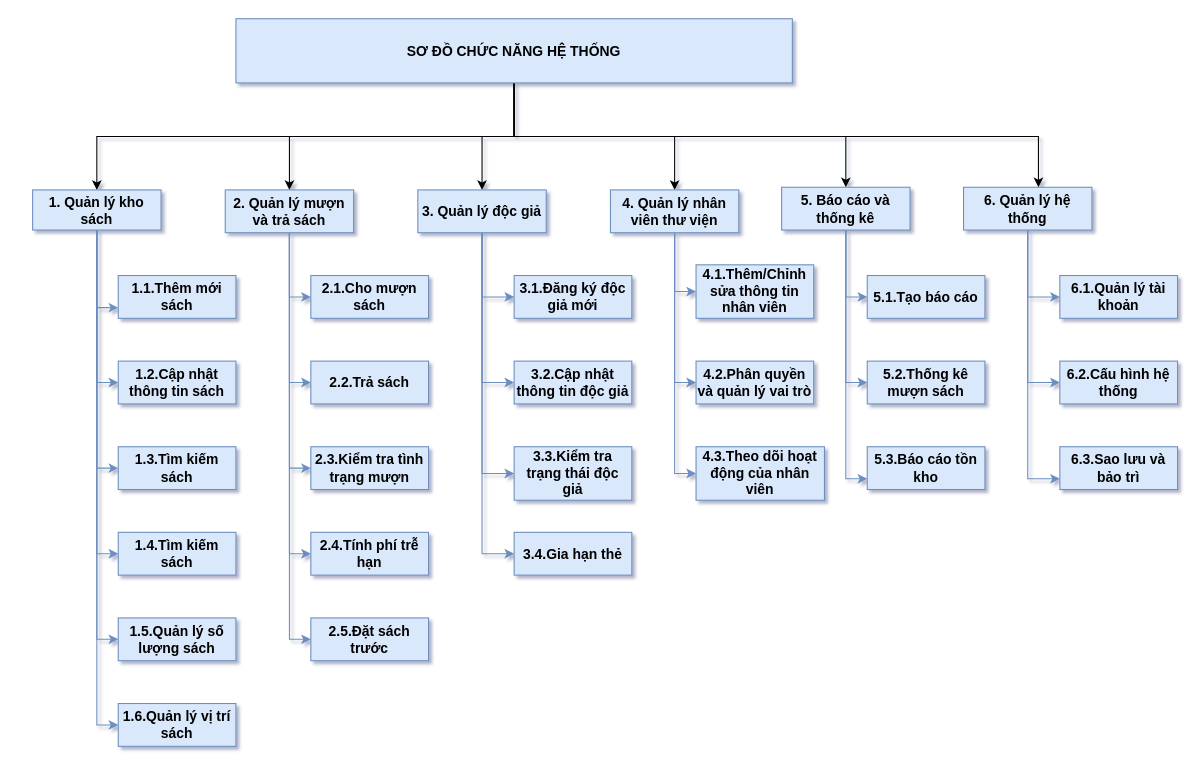
This is page "CHƯC NĂNG" (1 of 5) of Biểu đồ không có tiêu đề.drawio from trunghai04/game-python, a draw.io file, before an edit. Source tidied: cells renumbered, new cells numbered last; positions are measured from the earlier drawing's top-left corner, leaving out a move shared by most shapes. Both pictures are drawn from the tidied source at 107%, with x=0, y=0 at pixel (32, 18).
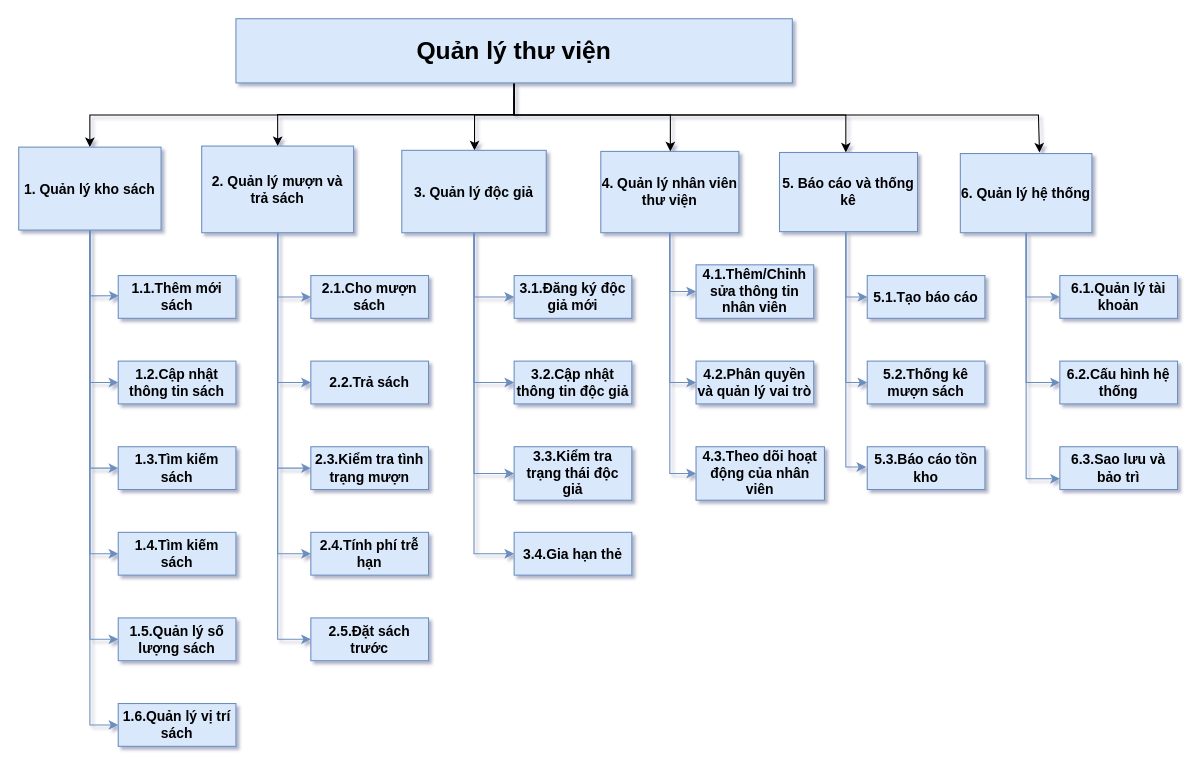
Above is the later version.

The change refers to these unchanged cells:
```xml
<mxCell id="39" value="1.1.Thêm mới sách" style="rounded=0;whiteSpace=wrap;html=1;fillColor=#dae8fc;strokeColor=#6c8ebf;fontStyle=1;fontSize=13;" parent="1" vertex="1">
  <mxGeometry x="80" y="240" width="110" height="40" as="geometry" />
</mxCell>
<mxCell id="57" value="5.1.Tạo báo cáo" style="rounded=0;whiteSpace=wrap;html=1;fillColor=#dae8fc;strokeColor=#6c8ebf;fontStyle=1;fontSize=13;" parent="1" vertex="1">
  <mxGeometry x="780" y="240" width="110" height="40" as="geometry" />
</mxCell>
<mxCell id="58" value="5.3.Báo cáo tồn kho" style="rounded=0;whiteSpace=wrap;html=1;fillColor=#dae8fc;strokeColor=#6c8ebf;fontStyle=1;fontSize=13;" parent="1" vertex="1">
  <mxGeometry x="780" y="400" width="110" height="40" as="geometry" />
</mxCell>
<mxCell id="59" value="5.2.Thống kê mượn sách" style="rounded=0;whiteSpace=wrap;html=1;fillColor=#dae8fc;strokeColor=#6c8ebf;fontStyle=1;fontSize=13;" parent="1" vertex="1">
  <mxGeometry x="780" y="320" width="110" height="40" as="geometry" />
</mxCell>
```

Change to the diagram source:
```diff
@@
     <mxCell id="3" style="edgeStyle=orthogonalEdgeStyle;rounded=0;jettySize=auto;html=1;exitX=0.5;exitY=1;exitDx=0;exitDy=0;fontSize=13;" parent="1" edge="1" source="8" target="26">
-      <mxGeometry relative="1" as="geometry" />
+      <mxGeometry relative="1" as="geometry">
+        <Array as="points">
+          <mxPoint x="450" y="90" />
+          <mxPoint x="413" y="90" />
+        </Array>
+      </mxGeometry>
     </mxCell>
     <mxCell id="4" style="edgeStyle=orthogonalEdgeStyle;rounded=0;jettySize=auto;html=1;fontSize=13;" parent="1" edge="1" source="8" target="30">
-      <mxGeometry relative="1" as="geometry" />
+      <mxGeometry relative="1" as="geometry">
+        <Array as="points">
+          <mxPoint x="450" y="90" />
+          <mxPoint x="596" y="90" />
+        </Array>
+      </mxGeometry>
     </mxCell>
@@
     <mxCell id="6" style="edgeStyle=orthogonalEdgeStyle;rounded=0;jettySize=auto;html=1;fontSize=13;" parent="1" edge="1" source="8" target="34">
       <mxGeometry relative="1" as="geometry">
         <Array as="points">
-          <mxPoint x="450" y="110" />
-          <mxPoint x="760" y="110" />
+          <mxPoint x="450" y="90" />
+          <mxPoint x="760" y="90" />
         </Array>
       </mxGeometry>
     </mxCell>
-    <mxCell id="7" style="edgeStyle=orthogonalEdgeStyle;rounded=0;jettySize=auto;html=1;fontSize=13;" parent="1" edge="1" target="38">
+    <mxCell id="7" style="edgeStyle=orthogonalEdgeStyle;rounded=0;orthogonalLoop=1;jettySize=auto;html=1;fontSize=13;" parent="1" edge="1">
       <mxGeometry relative="1" as="geometry">
-        <mxPoint x="454.5" y="110" as="sourcePoint" />
+        <mxPoint x="450" y="73" as="sourcePoint" />
+        <mxPoint x="941" y="125" as="targetPoint" />
         <Array as="points">
-          <mxPoint x="940" y="110" />
+          <mxPoint x="450" y="90" />
+          <mxPoint x="940" y="90" />
         </Array>
       </mxGeometry>
     </mxCell>
-    <mxCell id="8" value="&lt;b style=&quot;font-size: 13px;&quot;&gt;&lt;font style=&quot;font-size: 13px;&quot;&gt;SƠ ĐỒ CHỨC NĂNG HỆ THỐNG&lt;/font&gt;&lt;/b&gt;" style="rounded=0;whiteSpace=wrap;html=1;fillColor=#dae8fc;strokeColor=#6c8ebf;fontSize=13;" parent="1" vertex="1">
+    <mxCell id="8" value="&lt;b style=&quot;font-size: 23px;&quot;&gt;Quản lý thư viện&lt;/b&gt;" style="rounded=0;whiteSpace=wrap;html=1;fillColor=#dae8fc;strokeColor=#6c8ebf;fontSize=23;" parent="1" vertex="1">
       <mxGeometry x="190" width="520" height="60" as="geometry" />
     </mxCell>
@@
-    <mxCell id="10" style="edgeStyle=orthogonalEdgeStyle;rounded=0;jettySize=auto;html=1;entryX=0;entryY=0.75;entryDx=0;entryDy=0;fillColor=#dae8fc;strokeColor=#6c8ebf;fontSize=13;" parent="1" edge="1" source="15" target="39">
-      <mxGeometry relative="1" as="geometry" />
+    <mxCell id="10" style="edgeStyle=orthogonalEdgeStyle;rounded=0;jettySize=auto;html=1;entryX=0.004;entryY=0.474;entryDx=0;entryDy=0;fillColor=#dae8fc;strokeColor=#6c8ebf;fontSize=13;entryPerimeter=0;" parent="1" edge="1" source="15" target="39">
+      <mxGeometry relative="1" as="geometry">
+        <Array as="points">
+          <mxPoint x="53" y="259" />
+          <mxPoint x="80" y="259" />
+        </Array>
+      </mxGeometry>
     </mxCell>
@@
     <mxCell id="15" value="&lt;h3 style=&quot;font-size: 13px;&quot;&gt;&lt;font style=&quot;font-size: 13px;&quot;&gt;1. &lt;strong style=&quot;font-size: 13px;&quot;&gt;Quản lý kho sách&lt;/strong&gt;&lt;/font&gt;&lt;/h3&gt;" style="rounded=0;whiteSpace=wrap;html=1;fillColor=#dae8fc;strokeColor=#6c8ebf;fontSize=13;" parent="1" vertex="1">
-      <mxGeometry y="160" width="120" height="37.5" as="geometry" />
+      <mxGeometry x="-13" y="120" width="133" height="77.5" as="geometry" />
     </mxCell>
@@
     <mxCell id="21" value="&lt;h3 style=&quot;font-size: 13px;&quot;&gt;2. &lt;strong style=&quot;font-size: 13px;&quot;&gt;Quản lý mượn và trả sách&lt;/strong&gt;&lt;/h3&gt;" style="rounded=0;whiteSpace=wrap;html=1;fillColor=#dae8fc;strokeColor=#6c8ebf;fontSize=13;" parent="1" vertex="1">
-      <mxGeometry x="180" y="160" width="120" height="40" as="geometry" />
+      <mxGeometry x="158" y="119" width="142" height="81" as="geometry" />
     </mxCell>
@@
     <mxCell id="26" value="&lt;h3 style=&quot;font-size: 13px;&quot;&gt;3. &lt;strong style=&quot;font-size: 13px;&quot;&gt;Quản lý độc giả&lt;/strong&gt;&lt;/h3&gt;" style="rounded=0;whiteSpace=wrap;html=1;fillColor=#dae8fc;strokeColor=#6c8ebf;fontSize=13;" parent="1" vertex="1">
-      <mxGeometry x="360" y="160" width="120" height="40" as="geometry" />
+      <mxGeometry x="345" y="123" width="135" height="77" as="geometry" />
     </mxCell>
@@
     <mxCell id="30" value="&lt;h3 style=&quot;font-size: 13px;&quot;&gt;4. &lt;strong style=&quot;font-size: 13px;&quot;&gt;Quản lý nhân viên thư viện&lt;/strong&gt;&lt;/h3&gt;" style="rounded=0;whiteSpace=wrap;html=1;fillColor=#dae8fc;strokeColor=#6c8ebf;fontSize=13;" parent="1" vertex="1">
-      <mxGeometry x="540" y="160" width="120" height="40" as="geometry" />
+      <mxGeometry x="531" y="124" width="129" height="76" as="geometry" />
     </mxCell>
-    <mxCell id="31" style="edgeStyle=orthogonalEdgeStyle;rounded=0;jettySize=auto;html=1;entryX=0;entryY=0.75;entryDx=0;entryDy=0;fillColor=#dae8fc;strokeColor=#6c8ebf;fontSize=13;" parent="1" edge="1" source="34" target="58">
-      <mxGeometry relative="1" as="geometry" />
+    <mxCell id="31" style="edgeStyle=orthogonalEdgeStyle;rounded=0;orthogonalLoop=1;jettySize=auto;html=1;fillColor=#dae8fc;strokeColor=#6c8ebf;fontSize=13;" parent="1" edge="1">
+      <mxGeometry relative="1" as="geometry">
+        <mxPoint x="760" y="200" as="sourcePoint" />
+        <mxPoint x="779" y="419" as="targetPoint" />
+        <Array as="points">
+          <mxPoint x="760" y="419" />
+        </Array>
+      </mxGeometry>
     </mxCell>
     <mxCell id="32" style="edgeStyle=orthogonalEdgeStyle;rounded=0;jettySize=auto;html=1;entryX=0;entryY=0.5;entryDx=0;entryDy=0;fillColor=#dae8fc;strokeColor=#6c8ebf;fontSize=13;" parent="1" edge="1" source="34" target="57">
-      <mxGeometry relative="1" as="geometry" />
+      <mxGeometry relative="1" as="geometry">
+        <Array as="points">
+          <mxPoint x="760" y="260" />
+        </Array>
+      </mxGeometry>
     </mxCell>
     <mxCell id="33" style="edgeStyle=orthogonalEdgeStyle;rounded=0;jettySize=auto;html=1;entryX=0;entryY=0.5;entryDx=0;entryDy=0;fillColor=#dae8fc;strokeColor=#6c8ebf;fontSize=13;" parent="1" edge="1" source="34" target="59">
-      <mxGeometry relative="1" as="geometry" />
+      <mxGeometry relative="1" as="geometry">
+        <Array as="points">
+          <mxPoint x="760" y="340" />
+        </Array>
+      </mxGeometry>
     </mxCell>
     <mxCell id="34" value="&lt;h3 style=&quot;font-size: 13px;&quot;&gt;5. &lt;strong style=&quot;font-size: 13px;&quot;&gt;Báo cáo và thống kê&lt;/strong&gt;&lt;/h3&gt;" style="rounded=0;whiteSpace=wrap;html=1;fillColor=#dae8fc;strokeColor=#6c8ebf;fontSize=13;" parent="1" vertex="1">
-      <mxGeometry x="700" y="157.5" width="120" height="40" as="geometry" />
+      <mxGeometry x="698" y="125" width="129" height="74" as="geometry" />
     </mxCell>
@@
     <mxCell id="38" value="&lt;h3 style=&quot;font-size: 13px;&quot;&gt;6. &lt;strong style=&quot;font-size: 13px;&quot;&gt;Quản lý hệ thống&lt;/strong&gt;&lt;/h3&gt;" style="rounded=0;whiteSpace=wrap;html=1;fillColor=#dae8fc;strokeColor=#6c8ebf;fontSize=13;" parent="1" vertex="1">
-      <mxGeometry x="870" y="157.5" width="120" height="40" as="geometry" />
+      <mxGeometry x="867" y="126" width="123" height="74" as="geometry" />
     </mxCell>
```
